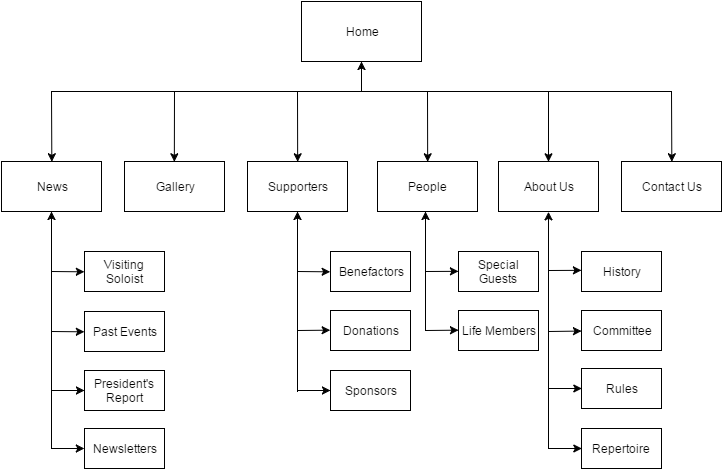
This is Flowchart.png from garethmullins/Orchestra-Assignment, a draw.io export, as it was before one commit. Source tidied: cells renumbered, new cells last; positions are measured from the earlier drawing's top-left corner, leaving out a move shared by most shapes.
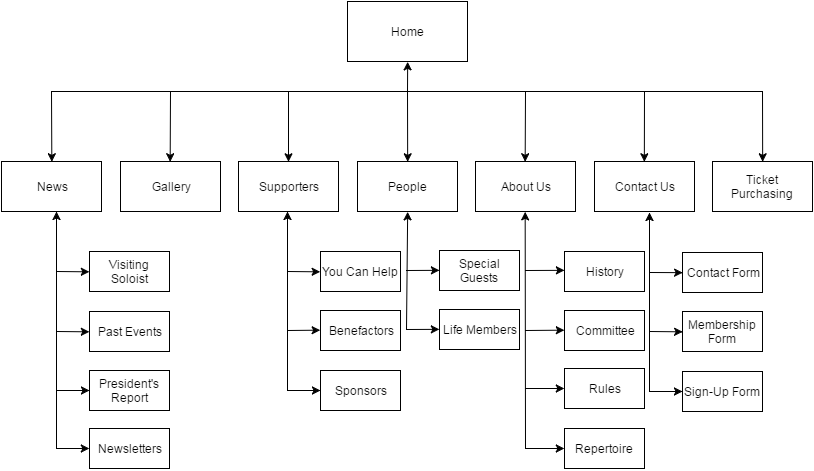
Above is the later version.

The edit, as a diff of the source:
```diff
@@ -3,202 +3,236 @@
     <mxCell id="0" />
     <mxCell id="1" parent="0" />
     <mxCell id="2" value="Home" style="whiteSpace=wrap;html=1;" parent="1" vertex="1">
-      <mxGeometry x="300" width="120" height="60" as="geometry" />
+      <mxGeometry x="301" width="120" height="60" as="geometry" />
     </mxCell>
-    <mxCell id="3" style="endArrow=classic;html=1;" parent="1" edge="1">
+    <mxCell id="3" style="endArrow=classic;html=1;entryX=0.5;entryY=1;" parent="1" edge="1" target="2">
       <mxGeometry relative="1" as="geometry">
-        <mxPoint x="360" y="90" as="sourcePoint" />
-        <mxPoint x="360" y="60" as="targetPoint" />
+        <mxPoint x="361" y="90" as="sourcePoint" />
       </mxGeometry>
     </mxCell>
-    <mxCell id="4" style="endArrow=classic;startArrow=classic;html=1;rounded=0;exitX=0.5;exitY=0;entryX=0.5;entryY=0;" parent="1" edge="1" source="5" target="38">
+    <mxCell id="4" style="endArrow=classic;startArrow=classic;html=1;rounded=0;exitX=0.5;exitY=0;entryX=0.5;entryY=0;" parent="1" edge="1" source="5" target="49">
       <mxGeometry relative="1" as="geometry">
         <Array as="points">
-          <mxPoint x="50" y="90" />
-          <mxPoint x="670" y="90" />
+          <mxPoint x="5" y="90" />
+          <mxPoint x="716" y="90" />
         </Array>
       </mxGeometry>
     </mxCell>
     <mxCell id="5" value="News" style="whiteSpace=wrap;html=1;" parent="1" vertex="1">
-      <mxGeometry y="160" width="100" height="50" as="geometry" />
+      <mxGeometry x="-45" y="160" width="100" height="50" as="geometry" />
     </mxCell>
     <mxCell id="6" value="About Us" style="whiteSpace=wrap;html=1;" parent="1" vertex="1">
-      <mxGeometry x="497" y="160" width="100" height="50" as="geometry" />
+      <mxGeometry x="429" y="160" width="100" height="50" as="geometry" />
     </mxCell>
     <mxCell id="7" style="endArrow=classic;html=1;entryX=0.5;entryY=0;" parent="1" edge="1" target="8">
       <mxGeometry x="418" y="250" as="geometry">
-        <mxPoint x="173" y="90" as="sourcePoint" />
+        <mxPoint x="124" y="90" as="sourcePoint" />
       </mxGeometry>
     </mxCell>
     <mxCell id="8" value="Gallery" style="whiteSpace=wrap;html=1;" parent="1" vertex="1">
-      <mxGeometry x="123" y="160" width="100" height="50" as="geometry" />
+      <mxGeometry x="74" y="160" width="100" height="50" as="geometry" />
     </mxCell>
     <mxCell id="9" style="endArrow=classic;html=1;entryX=0.5;entryY=0;" parent="1" edge="1" target="10">
       <mxGeometry x="544" y="250" as="geometry">
-        <mxPoint x="296" y="90" as="sourcePoint" />
+        <mxPoint x="242" y="90" as="sourcePoint" />
       </mxGeometry>
     </mxCell>
     <mxCell id="10" value="Supporters" style="whiteSpace=wrap;html=1;" parent="1" vertex="1">
-      <mxGeometry x="246" y="160" width="100" height="50" as="geometry" />
+      <mxGeometry x="192" y="160" width="100" height="50" as="geometry" />
     </mxCell>
     <mxCell id="11" style="endArrow=classic;html=1;entryX=0.5;entryY=0;" parent="1" edge="1" target="12">
-      <mxGeometry x="548" y="260" as="geometry">
-        <mxPoint x="426" y="90" as="sourcePoint" />
+      <mxGeometry x="530" y="259" as="geometry">
+        <mxPoint x="361" y="90" as="sourcePoint" />
       </mxGeometry>
     </mxCell>
     <mxCell id="12" value="People" style="whiteSpace=wrap;html=1;" parent="1" vertex="1">
-      <mxGeometry x="376" y="160" width="100" height="50" as="geometry" />
+      <mxGeometry x="311" y="160" width="100" height="50" as="geometry" />
     </mxCell>
     <mxCell id="13" style="edgeStyle=orthogonalEdgeStyle;rounded=0;html=1;exitX=0.75;exitY=0;entryX=0.75;entryY=0;jettySize=auto;orthogonalLoop=1;" parent="1" edge="1" source="8" target="8">
       <mxGeometry relative="1" as="geometry" />
     </mxCell>
-    <mxCell id="14" style="endArrow=classic;html=1;" parent="1" edge="1">
+    <mxCell id="14" style="endArrow=classic;html=1;entryX=0.5;entryY=1;" parent="1" edge="1" target="12">
       <mxGeometry relative="1" as="geometry">
-        <mxPoint x="424" y="329" as="sourcePoint" />
-        <mxPoint x="424" y="210" as="targetPoint" />
+        <mxPoint x="360" y="328" as="sourcePoint" />
       </mxGeometry>
     </mxCell>
     <mxCell id="15" style="endArrow=classic;html=1;entryX=0;entryY=0.5;" parent="1" edge="1" target="17">
       <mxGeometry relative="1" as="geometry">
-        <mxPoint x="424" y="329" as="sourcePoint" />
+        <mxPoint x="360" y="328" as="sourcePoint" />
       </mxGeometry>
     </mxCell>
     <mxCell id="16" value="Special Guests" style="whiteSpace=wrap;html=1;" parent="1" vertex="1">
-      <mxGeometry x="457" y="250" width="80" height="40" as="geometry" />
+      <mxGeometry x="393" y="249" width="80" height="40" as="geometry" />
     </mxCell>
     <mxCell id="17" value="&lt;span&gt;Life Members&lt;/span&gt;" style="whiteSpace=wrap;html=1;" parent="1" vertex="1">
-      <mxGeometry x="457" y="309" width="80" height="40" as="geometry" />
+      <mxGeometry x="393" y="308" width="80" height="40" as="geometry" />
     </mxCell>
     <mxCell id="18" style="endArrow=classic;html=1;entryX=0.5;entryY=1;" parent="1" edge="1">
-      <mxGeometry x="344" y="410" as="geometry">
-        <mxPoint x="296" y="390" as="sourcePoint" />
-        <mxPoint x="296" y="210" as="targetPoint" />
+      <mxGeometry x="289" y="410" as="geometry">
+        <mxPoint x="241" y="389" as="sourcePoint" />
+        <mxPoint x="241" y="210" as="targetPoint" />
       </mxGeometry>
     </mxCell>
     <mxCell id="19" value="Benefactors" style="whiteSpace=wrap;html=1;" parent="1" vertex="1">
-      <mxGeometry x="329" y="250" width="80" height="40" as="geometry" />
+      <mxGeometry x="274" y="309" width="80" height="40" as="geometry" />
     </mxCell>
     <mxCell id="20" style="endArrow=classic;html=1;entryX=0.5;entryY=1;" parent="1" edge="1" target="6">
-      <mxGeometry x="616" y="409" as="geometry">
-        <mxPoint x="547" y="447" as="sourcePoint" />
+      <mxGeometry x="568" y="409" as="geometry">
+        <mxPoint x="479" y="447" as="sourcePoint" />
       </mxGeometry>
     </mxCell>
     <mxCell id="21" style="edgeStyle=orthogonalEdgeStyle;rounded=0;html=1;exitX=0.75;exitY=1;entryX=0.75;entryY=1;jettySize=auto;orthogonalLoop=1;" parent="1" edge="1" source="17" target="17">
       <mxGeometry relative="1" as="geometry" />
     </mxCell>
     <mxCell id="22" value="History" style="whiteSpace=wrap;html=1;rotation=0;" parent="1" vertex="1">
-      <mxGeometry x="580" y="250" width="80" height="40" as="geometry" />
+      <mxGeometry x="518" y="250" width="80" height="40" as="geometry" />
     </mxCell>
     <mxCell id="23" value="Committee" style="whiteSpace=wrap;html=1;rotation=0;" parent="1" vertex="1">
-      <mxGeometry x="580" y="309" width="80" height="40" as="geometry" />
+      <mxGeometry x="518" y="309" width="80" height="40" as="geometry" />
     </mxCell>
-    <mxCell id="24" value="Donations" style="whiteSpace=wrap;html=1;" parent="1" vertex="1">
-      <mxGeometry x="329" y="309" width="80" height="40" as="geometry" />
+    <mxCell id="24" value="You Can Help" style="whiteSpace=wrap;html=1;" parent="1" vertex="1">
+      <mxGeometry x="274" y="250" width="80" height="40" as="geometry" />
     </mxCell>
     <mxCell id="25" style="endArrow=classic;html=1;entryX=0;entryY=0.5;" parent="1" edge="1" target="24">
-      <mxGeometry x="354" y="480" as="geometry">
-        <mxPoint x="296" y="329" as="sourcePoint" />
+      <mxGeometry x="299" y="480" as="geometry">
+        <mxPoint x="241" y="270" as="sourcePoint" />
       </mxGeometry>
     </mxCell>
-    <mxCell id="26" style="edgeStyle=orthogonalEdgeStyle;rounded=0;html=1;exitX=0.5;exitY=1;entryX=0.5;entryY=1;jettySize=auto;orthogonalLoop=1;" parent="1" edge="1" source="24" target="24">
-      <mxGeometry relative="1" as="geometry" />
-    </mxCell>
     <mxCell id="27" value="Sponsors" style="whiteSpace=wrap;html=1;" parent="1" vertex="1">
-      <mxGeometry x="329" y="369" width="80" height="40" as="geometry" />
+      <mxGeometry x="274" y="369" width="80" height="40" as="geometry" />
     </mxCell>
     <mxCell id="28" style="endArrow=classic;html=1;" parent="1" edge="1">
-      <mxGeometry x="364" y="490" as="geometry">
-        <mxPoint x="296" y="389" as="sourcePoint" />
-        <mxPoint x="329" y="389" as="targetPoint" />
+      <mxGeometry x="309" y="490" as="geometry">
+        <mxPoint x="241" y="389" as="sourcePoint" />
+        <mxPoint x="274" y="389" as="targetPoint" />
       </mxGeometry>
     </mxCell>
     <mxCell id="29" style="endArrow=classic;html=1;entryX=0.5;entryY=0;" parent="1" edge="1" target="6">
       <mxGeometry x="558" y="270" as="geometry">
-        <mxPoint x="547" y="90" as="sourcePoint" />
+        <mxPoint x="479" y="90" as="sourcePoint" />
       </mxGeometry>
     </mxCell>
     <mxCell id="30" style="endArrow=classic;html=1;entryX=0.5;entryY=1;" parent="1" edge="1">
-      <mxGeometry x="98" y="410" as="geometry">
-        <mxPoint x="50" y="447" as="sourcePoint" />
-        <mxPoint x="50" y="210" as="targetPoint" />
+      <mxGeometry x="58" y="410" as="geometry">
+        <mxPoint x="10" y="447" as="sourcePoint" />
+        <mxPoint x="10" y="210" as="targetPoint" />
       </mxGeometry>
     </mxCell>
     <mxCell id="31" style="endArrow=classic;html=1;entryX=0;entryY=0.5;" parent="1" edge="1" target="32">
-      <mxGeometry x="98" y="530" as="geometry">
-        <mxPoint x="50" y="270" as="sourcePoint" />
+      <mxGeometry x="58" y="530" as="geometry">
+        <mxPoint x="10" y="270" as="sourcePoint" />
       </mxGeometry>
     </mxCell>
     <mxCell id="32" value="Visiting Soloist" style="whiteSpace=wrap;html=1;rotation=0;" parent="1" vertex="1">
-      <mxGeometry x="83" y="250" width="80" height="40" as="geometry" />
+      <mxGeometry x="43" y="250" width="80" height="40" as="geometry" />
     </mxCell>
     <mxCell id="33" style="endArrow=classic;html=1;entryX=0;entryY=0.5;" parent="1" edge="1" target="34">
-      <mxGeometry x="98" y="600" as="geometry">
-        <mxPoint x="50" y="330" as="sourcePoint" />
+      <mxGeometry x="58" y="600" as="geometry">
+        <mxPoint x="10" y="330" as="sourcePoint" />
       </mxGeometry>
     </mxCell>
     <mxCell id="34" value="Past Events" style="whiteSpace=wrap;html=1;rotation=0;" parent="1" vertex="1">
-      <mxGeometry x="83" y="310" width="80" height="40" as="geometry" />
+      <mxGeometry x="43" y="310" width="80" height="40" as="geometry" />
     </mxCell>
     <mxCell id="35" value="Rules" style="whiteSpace=wrap;html=1;rotation=0;" parent="1" vertex="1">
-      <mxGeometry x="580" y="367" width="80" height="40" as="geometry" />
+      <mxGeometry x="518" y="367" width="80" height="40" as="geometry" />
     </mxCell>
     <mxCell id="36" style="endArrow=classic;html=1;entryX=0;entryY=0.5;" parent="1" edge="1" target="37">
-      <mxGeometry x="616" y="717" as="geometry">
-        <mxPoint x="547" y="447" as="sourcePoint" />
+      <mxGeometry x="554" y="717" as="geometry">
+        <mxPoint x="479" y="447" as="sourcePoint" />
       </mxGeometry>
     </mxCell>
     <mxCell id="37" value="Repertoire&amp;nbsp;" style="whiteSpace=wrap;html=1;rotation=0;" parent="1" vertex="1">
-      <mxGeometry x="580" y="427" width="80" height="40" as="geometry" />
+      <mxGeometry x="518" y="427" width="80" height="40" as="geometry" />
     </mxCell>
     <mxCell id="38" value="&lt;div&gt;Contact Us&lt;/div&gt;" style="whiteSpace=wrap;html=1;" parent="1" vertex="1">
-      <mxGeometry x="620" y="160" width="100" height="50" as="geometry" />
+      <mxGeometry x="548" y="160" width="100" height="50" as="geometry" />
     </mxCell>
     <mxCell id="39" style="endArrow=classic;html=1;entryX=0;entryY=0.5;" parent="1" edge="1" target="19">
-      <mxGeometry x="343" y="529" as="geometry">
-        <mxPoint x="296" y="270" as="sourcePoint" />
+      <mxGeometry x="288" y="529" as="geometry">
+        <mxPoint x="241" y="329" as="sourcePoint" />
       </mxGeometry>
     </mxCell>
     <mxCell id="40" style="endArrow=classic;html=1;entryX=0;entryY=0.5;" parent="1" edge="1">
-      <mxGeometry x="471" y="529" as="geometry">
-        <mxPoint x="424" y="270" as="sourcePoint" />
-        <mxPoint x="456.9" y="269.8" as="targetPoint" />
+      <mxGeometry x="407" y="528" as="geometry">
+        <mxPoint x="360" y="269" as="sourcePoint" />
+        <mxPoint x="392.9" y="268.8" as="targetPoint" />
       </mxGeometry>
     </mxCell>
     <mxCell id="41" style="edgeStyle=orthogonalEdgeStyle;rounded=0;html=1;exitX=0.5;exitY=0;entryX=0.5;entryY=0;jettySize=auto;orthogonalLoop=1;" parent="1" edge="1" source="17" target="17">
       <mxGeometry relative="1" as="geometry" />
     </mxCell>
     <mxCell id="42" style="endArrow=classic;html=1;entryX=0;entryY=0.5;" parent="1" edge="1">
-      <mxGeometry x="594" y="528" as="geometry">
-        <mxPoint x="547" y="269" as="sourcePoint" />
-        <mxPoint x="579.9" y="268.8" as="targetPoint" />
+      <mxGeometry x="532" y="528" as="geometry">
+        <mxPoint x="479" y="269" as="sourcePoint" />
+        <mxPoint x="517.9" y="268.8" as="targetPoint" />
       </mxGeometry>
     </mxCell>
-    <mxCell id="43" style="endArrow=classic;html=1;" parent="1" edge="1" target="23">
-      <mxGeometry x="604" y="538" as="geometry">
-        <mxPoint x="547" y="330" as="sourcePoint" />
+    <mxCell id="43" style="endArrow=classic;html=1;entryX=0;entryY=0.5;" parent="1" edge="1" target="23">
+      <mxGeometry x="542" y="538" as="geometry">
+        <mxPoint x="479" y="329" as="sourcePoint" />
       </mxGeometry>
     </mxCell>
     <mxCell id="44" style="endArrow=classic;html=1;entryX=0;entryY=0.5;" parent="1" edge="1" target="35">
-      <mxGeometry x="604" y="595" as="geometry">
-        <mxPoint x="547" y="387" as="sourcePoint" />
+      <mxGeometry x="542" y="595" as="geometry">
+        <mxPoint x="479" y="387" as="sourcePoint" />
       </mxGeometry>
     </mxCell>
     <mxCell id="45" value="President's Report" style="whiteSpace=wrap;html=1;rotation=0;" parent="1" vertex="1">
-      <mxGeometry x="83" y="369" width="80" height="40" as="geometry" />
+      <mxGeometry x="43" y="369" width="80" height="40" as="geometry" />
     </mxCell>
     <mxCell id="46" value="Newsletters" style="whiteSpace=wrap;html=1;rotation=0;" parent="1" vertex="1">
-      <mxGeometry x="83" y="427" width="80" height="40" as="geometry" />
+      <mxGeometry x="43" y="427" width="80" height="40" as="geometry" />
     </mxCell>
     <mxCell id="47" style="endArrow=classic;html=1;" parent="1" edge="1">
-      <mxGeometry x="108" y="610" as="geometry">
-        <mxPoint x="50" y="389" as="sourcePoint" />
-        <mxPoint x="83" y="389" as="targetPoint" />
+      <mxGeometry x="68" y="610" as="geometry">
+        <mxPoint x="10" y="389" as="sourcePoint" />
+        <mxPoint x="43" y="389" as="targetPoint" />
       </mxGeometry>
     </mxCell>
     <mxCell id="48" style="endArrow=classic;html=1;entryX=0;entryY=0.5;" parent="1" edge="1" target="46">
-      <mxGeometry x="118" y="620" as="geometry">
-        <mxPoint x="50" y="447" as="sourcePoint" />
+      <mxGeometry x="78" y="620" as="geometry">
+        <mxPoint x="10" y="447" as="sourcePoint" />
       </mxGeometry>
     </mxCell>
+    <mxCell id="49" value="&lt;div&gt;Ticket Purchasing&lt;/div&gt;" style="whiteSpace=wrap;html=1;" parent="1" vertex="1">
+      <mxGeometry x="666" y="160" width="100" height="50" as="geometry" />
+    </mxCell>
+    <mxCell id="50" style="endArrow=classic;html=1;entryX=0.5;entryY=0;" parent="1" edge="1" target="38">
+      <mxGeometry x="679" y="269" as="geometry">
+        <mxPoint x="598" y="90" as="sourcePoint" />
+      </mxGeometry>
+    </mxCell>
+    <mxCell id="51" style="endArrow=classic;html=1;entryX=0.5;entryY=1;" parent="1" edge="1">
+      <mxGeometry x="651" y="411" as="geometry">
+        <mxPoint x="603" y="390" as="sourcePoint" />
+        <mxPoint x="603" y="211" as="targetPoint" />
+      </mxGeometry>
+    </mxCell>
+    <mxCell id="52" value="Membership Form" style="whiteSpace=wrap;html=1;" parent="1" vertex="1">
+      <mxGeometry x="636" y="310" width="80" height="40" as="geometry" />
+    </mxCell>
+    <mxCell id="53" value="Contact Form" style="whiteSpace=wrap;html=1;" parent="1" vertex="1">
+      <mxGeometry x="636" y="251" width="80" height="40" as="geometry" />
+    </mxCell>
+    <mxCell id="54" style="endArrow=classic;html=1;entryX=0;entryY=0.5;" parent="1" edge="1" target="53">
+      <mxGeometry x="661" y="481" as="geometry">
+        <mxPoint x="603" y="271" as="sourcePoint" />
+      </mxGeometry>
+    </mxCell>
+    <mxCell id="55" value="Sign-Up Form" style="whiteSpace=wrap;html=1;" parent="1" vertex="1">
+      <mxGeometry x="636" y="370" width="80" height="40" as="geometry" />
+    </mxCell>
+    <mxCell id="56" style="endArrow=classic;html=1;" parent="1" edge="1">
+      <mxGeometry x="671" y="491" as="geometry">
+        <mxPoint x="603" y="390" as="sourcePoint" />
+        <mxPoint x="636" y="390" as="targetPoint" />
+      </mxGeometry>
+    </mxCell>
+    <mxCell id="57" style="endArrow=classic;html=1;entryX=0;entryY=0.5;" parent="1" edge="1" target="52">
+      <mxGeometry x="650" y="530" as="geometry">
+        <mxPoint x="603" y="330" as="sourcePoint" />
+      </mxGeometry>
+    </mxCell>
   </root>
 </mxGraphModel>
```
